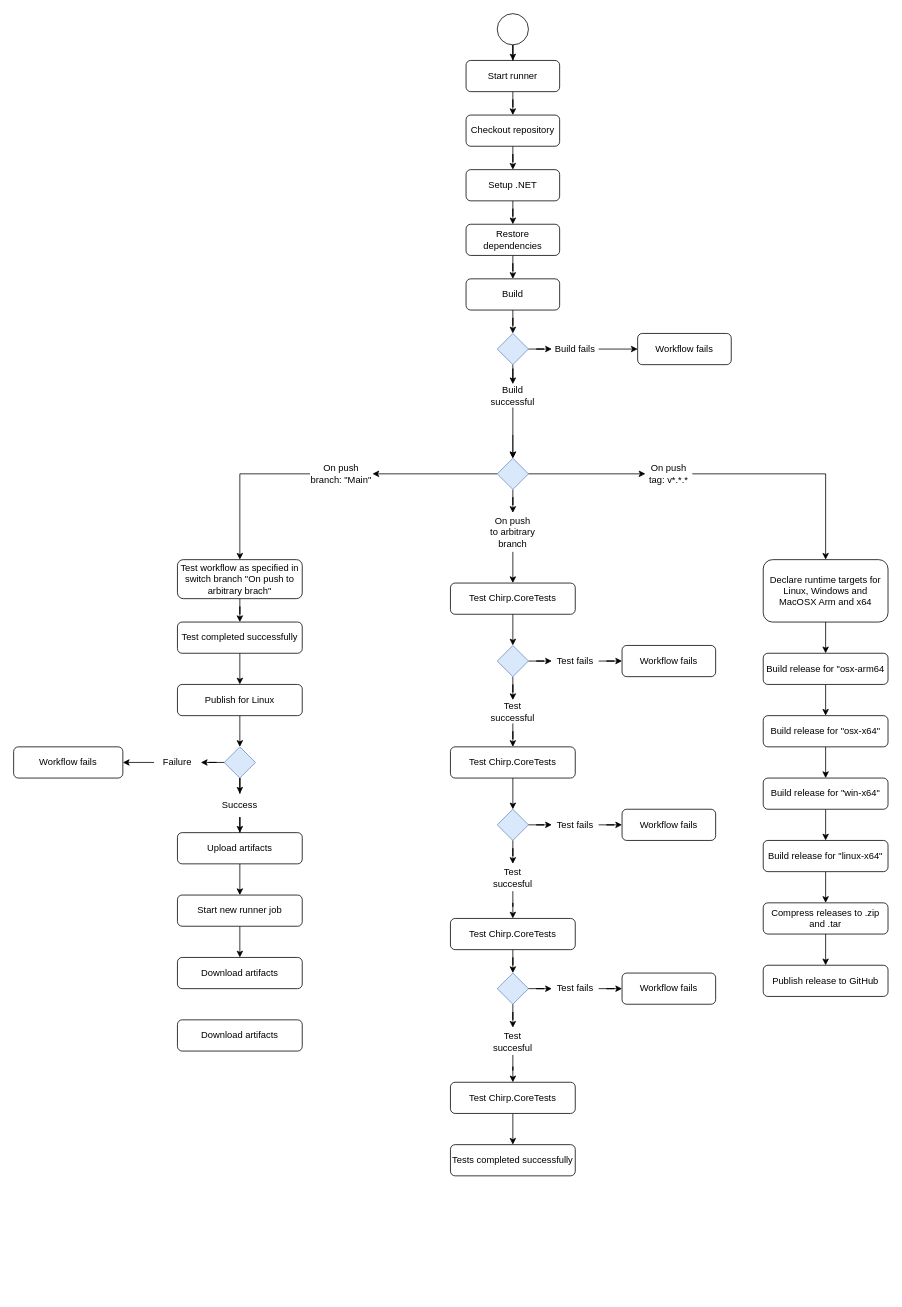
ITU-BDSA-GROUP-20/Chirp keeps this draw.io diagram as docs/Unavngivet diagram.drawio. Above is the earlier version. Source tidied: cells renumbered, new cells numbered last; positions are measured from the earlier drawing's top-left corner, leaving out a move shared by most shapes. Both pictures are drawn from the tidied source at 78%, with x=0, y=0 at pixel (13, 13).
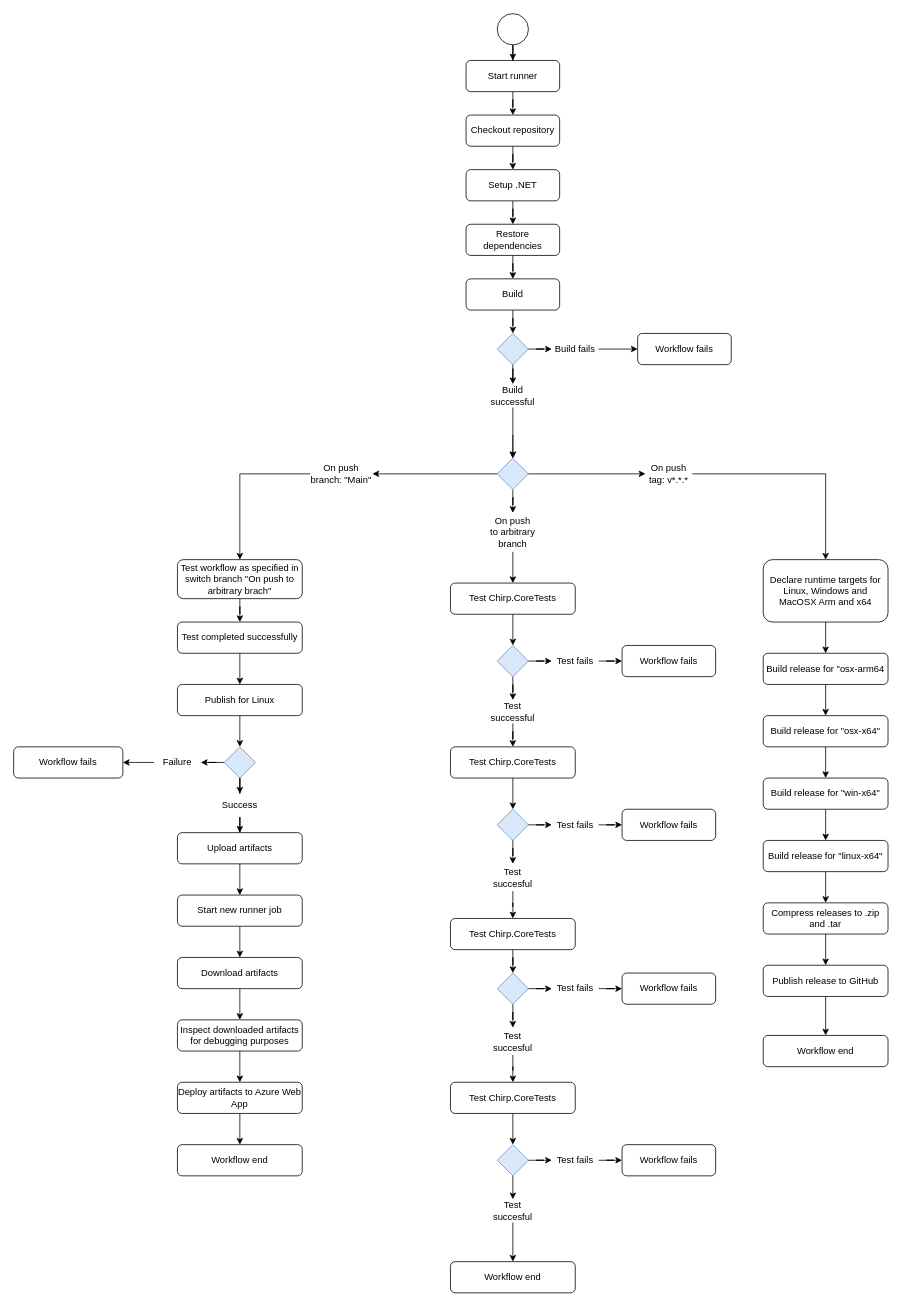
The same page after the edit.

Commit message:
Finished draft

Unchanged cells that the change refers to:
```xml
<mxCell id="45" value="Publish release to GitHub" style="rounded=1;whiteSpace=wrap;html=1;fontSize=12;glass=0;strokeWidth=1;shadow=0;" parent="1" vertex="1">
  <mxGeometry x="961" y="1220" width="160" height="40" as="geometry" />
</mxCell>
<mxCell id="73" value="Test Chirp.CoreTests" style="rounded=1;whiteSpace=wrap;html=1;fontSize=12;glass=0;strokeWidth=1;shadow=0;" parent="1" vertex="1">
  <mxGeometry x="560" y="1370" width="160" height="40" as="geometry" />
</mxCell>
<mxCell id="97" value="Download artifacts" style="rounded=1;whiteSpace=wrap;html=1;fontSize=12;glass=0;strokeWidth=1;shadow=0;" parent="1" vertex="1">
  <mxGeometry x="210" y="1210" width="160" height="40" as="geometry" />
</mxCell>
```

The edit, as a diff of the source:
```diff
@@
+    <mxCell id="99" style="edgeStyle=orthogonalEdgeStyle;rounded=0;jettySize=auto;html=1;entryX=0.5;entryY=0;entryDx=0;entryDy=0;" parent="1" edge="1" source="45" target="114">
+      <mxGeometry relative="1" as="geometry" />
+    </mxCell>
@@
-    <mxCell id="72" style="edgeStyle=orthogonalEdgeStyle;rounded=0;jettySize=auto;html=1;entryX=0.5;entryY=0;entryDx=0;entryDy=0;" parent="1" edge="1" source="73" target="75">
-      <mxGeometry relative="1" as="geometry" />
-    </mxCell>
+    <mxCell id="100" style="edgeStyle=orthogonalEdgeStyle;rounded=0;jettySize=auto;html=1;entryX=0.5;entryY=0;entryDx=0;entryDy=0;" parent="1" edge="1" source="73" target="105">
+      <mxGeometry relative="1" as="geometry" />
+    </mxCell>
@@
-    <mxCell id="75" value="Tests completed successfully" style="rounded=1;whiteSpace=wrap;html=1;fontSize=12;glass=0;strokeWidth=1;shadow=0;" parent="1" vertex="1">
-      <mxGeometry x="560" y="1450" width="160" height="40" as="geometry" />
-    </mxCell>
@@
+    <mxCell id="101" style="edgeStyle=orthogonalEdgeStyle;rounded=0;jettySize=auto;html=1;entryX=0.5;entryY=0;entryDx=0;entryDy=0;" parent="1" edge="1" source="97" target="98">
+      <mxGeometry relative="1" as="geometry" />
+    </mxCell>
@@
+    <mxCell id="102" style="edgeStyle=orthogonalEdgeStyle;rounded=0;jettySize=auto;html=1;entryX=0.5;entryY=0;entryDx=0;entryDy=0;" parent="1" edge="1" source="98" target="104">
+      <mxGeometry relative="1" as="geometry" />
+    </mxCell>
-    <mxCell id="98" value="Download artifacts" style="rounded=1;whiteSpace=wrap;html=1;fontSize=12;glass=0;strokeWidth=1;shadow=0;" parent="1" vertex="1">
+    <mxCell id="98" value="Inspect downloaded artifacts for debugging purposes" style="rounded=1;whiteSpace=wrap;html=1;fontSize=12;glass=0;strokeWidth=1;shadow=0;" parent="1" vertex="1">
       <mxGeometry x="210" y="1290" width="160" height="40" as="geometry" />
     </mxCell>
+    <mxCell id="103" style="edgeStyle=orthogonalEdgeStyle;rounded=0;jettySize=auto;html=1;entryX=0.5;entryY=0;entryDx=0;entryDy=0;" parent="1" edge="1" source="104" target="115">
+      <mxGeometry relative="1" as="geometry" />
+    </mxCell>
+    <mxCell id="104" value="Deploy artifacts to Azure Web App" style="rounded=1;whiteSpace=wrap;html=1;fontSize=12;glass=0;strokeWidth=1;shadow=0;" parent="1" vertex="1">
+      <mxGeometry x="210" y="1370" width="160" height="40" as="geometry" />
+    </mxCell>
+    <mxCell id="105" style="rhombus;whiteSpace=wrap;html=1;fillColor=#dae8fc;strokeColor=#6c8ebf;" parent="1" vertex="1">
+      <mxGeometry x="620" y="1450" width="40" height="40" as="geometry" />
+    </mxCell>
+    <mxCell id="106" style="edgeStyle=orthogonalEdgeStyle;rounded=0;jettySize=auto;html=1;entryX=0;entryY=0.5;entryDx=0;entryDy=0;" parent="1" edge="1" source="105" target="108">
+      <mxGeometry relative="1" as="geometry" />
+    </mxCell>
+    <mxCell id="107" style="edgeStyle=orthogonalEdgeStyle;rounded=0;jettySize=auto;html=1;entryX=0;entryY=0.5;entryDx=0;entryDy=0;" parent="1" edge="1" source="108" target="110">
+      <mxGeometry relative="1" as="geometry" />
+    </mxCell>
+    <mxCell id="108" value="Test fails" style="text;html=1;strokeColor=none;fillColor=none;align=center;verticalAlign=middle;whiteSpace=wrap;rounded=0;" parent="1" vertex="1">
+      <mxGeometry x="690" y="1455" width="60" height="30" as="geometry" />
+    </mxCell>
+    <mxCell id="109" style="edgeStyle=orthogonalEdgeStyle;rounded=0;jettySize=auto;html=1;entryX=0.5;entryY=0;entryDx=0;entryDy=0;" parent="1" edge="1" source="105">
+      <mxGeometry relative="1" as="geometry">
+        <mxPoint x="640" y="1520" as="targetPoint" />
+      </mxGeometry>
+    </mxCell>
+    <mxCell id="110" value="Workflow fails" style="rounded=1;whiteSpace=wrap;html=1;fontSize=12;glass=0;strokeWidth=1;shadow=0;" parent="1" vertex="1">
+      <mxGeometry x="780" y="1450" width="120" height="40" as="geometry" />
+    </mxCell>
+    <mxCell id="111" style="edgeStyle=orthogonalEdgeStyle;rounded=0;jettySize=auto;html=1;entryX=0.5;entryY=0;entryDx=0;entryDy=0;" parent="1" edge="1" source="112" target="113">
+      <mxGeometry relative="1" as="geometry" />
+    </mxCell>
+    <mxCell id="112" value="Test succesful" style="text;html=1;strokeColor=none;fillColor=none;align=center;verticalAlign=middle;whiteSpace=wrap;rounded=0;" parent="1" vertex="1">
+      <mxGeometry x="610" y="1520" width="60" height="30" as="geometry" />
+    </mxCell>
+    <mxCell id="113" value="Workflow end" style="rounded=1;whiteSpace=wrap;html=1;fontSize=12;glass=0;strokeWidth=1;shadow=0;" parent="1" vertex="1">
+      <mxGeometry x="560" y="1600" width="160" height="40" as="geometry" />
+    </mxCell>
+    <mxCell id="114" value="Workflow end" style="rounded=1;whiteSpace=wrap;html=1;fontSize=12;glass=0;strokeWidth=1;shadow=0;" parent="1" vertex="1">
+      <mxGeometry x="961" y="1310" width="160" height="40" as="geometry" />
+    </mxCell>
+    <mxCell id="115" value="Workflow end" style="rounded=1;whiteSpace=wrap;html=1;fontSize=12;glass=0;strokeWidth=1;shadow=0;" parent="1" vertex="1">
+      <mxGeometry x="210" y="1450" width="160" height="40" as="geometry" />
+    </mxCell>
```
